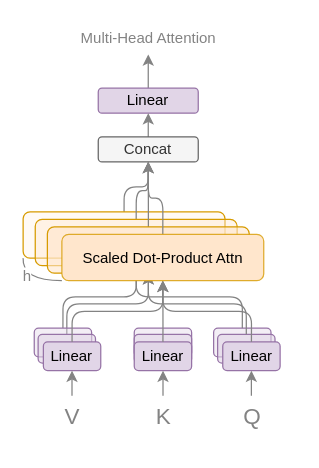
Earlier version of the draw.io diagram page "Page-2" (2 of 2) of transformer.drawio (saforem2/diagrams). Source tidied: cells renumbered, new cells numbered last; positions are measured from the earlier drawing's top-left corner, leaving out a move shared by most shapes. Both pictures are drawn from the tidied source at 125%, with x=0, y=0 at pixel (21, 21).
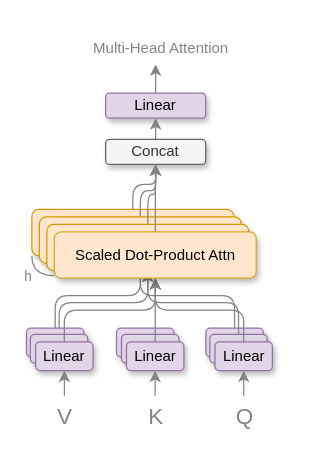
The same page after the edit.

What changed in the source:
```diff
@@
-    <mxCell id="4" value="V" style="text;html=1;align=center;verticalAlign=middle;points=[];strokeColor=none;fillColor=none;fontSize=18;fontFamily=IBM Plex Mono;fontColor=#838383;" parent="1" vertex="1">
-      <mxGeometry x="25.6" y="299" width="29" height="34" as="geometry" />
+    <mxCell id="4" value="V" style="text;html=1;align=center;verticalAlign=middle;points=[];strokeColor=none;fillColor=none;fontSize=18;fontFamily=IBM Plex Mono;fontColor=#838383;shadow=1;" parent="1" vertex="1">
+      <mxGeometry x="19.5" y="299" width="29" height="34" as="geometry" />
     </mxCell>
-    <mxCell id="5" value="K" style="text;html=1;align=center;verticalAlign=middle;points=[];strokeColor=none;fillColor=none;fontSize=18;fontFamily=IBM Plex Mono;fontColor=#838383;" parent="1" vertex="1">
-      <mxGeometry x="98.4" y="299" width="29" height="34" as="geometry" />
+    <mxCell id="5" value="K" style="text;html=1;align=center;verticalAlign=middle;points=[];strokeColor=none;fillColor=none;fontSize=18;fontFamily=IBM Plex Mono;fontColor=#838383;shadow=1;" parent="1" vertex="1">
+      <mxGeometry x="92.1" y="299" width="29" height="34" as="geometry" />
     </mxCell>
-    <mxCell id="6" value="Q" style="text;html=1;align=center;verticalAlign=middle;points=[];strokeColor=none;fillColor=none;fontSize=18;fontFamily=IBM Plex Mono;fontColor=#838383;" parent="1" vertex="1">
-      <mxGeometry x="169.1" y="299" width="29" height="34" as="geometry" />
+    <mxCell id="6" value="Q" style="text;html=1;align=center;verticalAlign=middle;points=[];strokeColor=none;fillColor=none;fontSize=18;fontFamily=IBM Plex Mono;fontColor=#838383;shadow=1;" parent="1" vertex="1">
+      <mxGeometry x="163" y="299" width="29" height="34" as="geometry" />
     </mxCell>
     <mxCell id="7" style="edgeStyle=orthogonalEdgeStyle;shape=connector;rounded=1;jettySize=auto;html=1;exitX=0.5;exitY=0;exitDx=0;exitDy=0;labelBackgroundColor=default;strokeColor=#838383;fontFamily=Helvetica;fontSize=12;fontColor=#838383;endArrow=classic;" parent="1" edge="1" source="8" target="11">
       <mxGeometry relative="1" as="geometry">
         <Array as="points">
-          <mxPoint x="66" y="6" />
-          <mxPoint x="66" y="6" />
+          <mxPoint x="75.9" y="14" />
+          <mxPoint x="75.9" y="14" />
         </Array>
       </mxGeometry>
     </mxCell>
-    <mxCell id="8" value="Linear" style="whiteSpace=wrap;html=1;rounded=1;strokeColor=#9673a6;fontFamily=IBM Plex Mono;fontSize=12;fillColor=#e1d5e7;" parent="1" vertex="1">
-      <mxGeometry x="61.1" y="53" width="80" height="20" as="geometry" />
+    <mxCell id="8" value="Linear" style="whiteSpace=wrap;html=1;rounded=1;strokeColor=#9673a6;fontFamily=IBM Plex Mono;fontSize=12;fillColor=#e1d5e7;shadow=1;" parent="1" vertex="1">
+      <mxGeometry x="67" y="57" width="80" height="20" as="geometry" />
     </mxCell>
@@
-    <mxCell id="10" value="Concat" style="whiteSpace=wrap;html=1;rounded=1;strokeColor=#666666;fontFamily=IBM Plex Mono;fontSize=12;fillColor=#f5f5f5;fontColor=#333333;" parent="1" vertex="1">
-      <mxGeometry x="61.1" y="92" width="80" height="20" as="geometry" />
+    <mxCell id="10" value="Concat" style="whiteSpace=wrap;html=1;rounded=1;strokeColor=#666666;fontFamily=IBM Plex Mono;fontSize=12;fillColor=#f5f5f5;fontColor=#333333;shadow=1;" parent="1" vertex="1">
+      <mxGeometry x="67" y="94" width="80" height="20" as="geometry" />
     </mxCell>
-    <mxCell id="11" value="Multi-Head Attention" style="text;html=1;align=center;verticalAlign=middle;points=[];strokeColor=none;fillColor=none;fontSize=12;fontFamily=IBM Plex Mono;fontColor=#838383;" parent="1" vertex="1">
-      <mxGeometry x="20.1" width="162" height="26" as="geometry" />
+    <mxCell id="11" value="Multi-Head Attention" style="text;html=1;align=center;verticalAlign=middle;points=[];strokeColor=none;fillColor=none;fontSize=12;fontFamily=IBM Plex Mono;fontColor=#838383;shadow=1;" parent="1" vertex="1">
+      <mxGeometry x="30" y="8" width="162" height="26" as="geometry" />
     </mxCell>
-    <mxCell id="12" style="group;fontSize=10;" parent="1" vertex="1">
-      <mxGeometry x="9.9" y="245" width="209.8" height="43" as="geometry" />
+    <mxCell id="12" style="group;fontSize=10;shadow=1;fillOpacity=100;" parent="1" vertex="1">
+      <mxGeometry x="3.7" y="245" width="209.8" height="43" as="geometry" />
     </mxCell>
-    <mxCell id="13" style="whiteSpace=wrap;html=1;strokeColor=#9673a6;fontFamily=IBM Plex Mono;fontSize=12;fillColor=#e1d5e7;rounded=1;fillOpacity=40;" parent="12" vertex="1">
+    <mxCell id="13" style="whiteSpace=wrap;html=1;strokeColor=#9673a6;fontFamily=IBM Plex Mono;fontSize=12;fillColor=#e1d5e7;rounded=1;fillOpacity=100;shadow=1;" parent="12" vertex="1">
       <mxGeometry width="45.9" height="23" as="geometry" />
     </mxCell>
-    <mxCell id="14" style="whiteSpace=wrap;html=1;strokeColor=#9673a6;fontFamily=IBM Plex Mono;fontSize=12;fillColor=#e1d5e7;rounded=1;fillOpacity=60;" parent="12" vertex="1">
+    <mxCell id="14" style="whiteSpace=wrap;html=1;strokeColor=#9673a6;fontFamily=IBM Plex Mono;fontSize=12;fillColor=#e1d5e7;rounded=1;fillOpacity=100;shadow=1;" parent="12" vertex="1">
       <mxGeometry x="3.1" y="5" width="45.9" height="23" as="geometry" />
     </mxCell>
-    <mxCell id="15" value="Linear" style="whiteSpace=wrap;html=1;strokeColor=#9673a6;fontFamily=IBM Plex Mono;fontSize=12;fillColor=#e1d5e7;rounded=1;" parent="12" vertex="1">
+    <mxCell id="15" value="Linear" style="whiteSpace=wrap;html=1;strokeColor=#9673a6;fontFamily=IBM Plex Mono;fontSize=12;fillColor=#e1d5e7;rounded=1;shadow=1;fillOpacity=100;" parent="12" vertex="1">
       <mxGeometry x="7.3" y="11" width="45.9" height="23" as="geometry" />
     </mxCell>
-    <mxCell id="16" style="whiteSpace=wrap;html=1;strokeColor=#9673a6;fontFamily=IBM Plex Mono;fontSize=12;fillColor=#e1d5e7;rounded=1;fillOpacity=40;" parent="12" vertex="1">
-      <mxGeometry x="80" width="45.9" height="23" as="geometry" />
+    <mxCell id="16" style="whiteSpace=wrap;html=1;strokeColor=#9673a6;fontFamily=IBM Plex Mono;fontSize=12;fillColor=#e1d5e7;rounded=1;fillOpacity=100;shadow=1;" parent="12" vertex="1">
+      <mxGeometry x="72" width="45.9" height="23" as="geometry" />
     </mxCell>
-    <mxCell id="17" style="whiteSpace=wrap;html=1;strokeColor=#9673a6;fontFamily=IBM Plex Mono;fontSize=12;fillColor=#e1d5e7;rounded=1;fillOpacity=60;" parent="12" vertex="1">
-      <mxGeometry x="80" y="5" width="45.9" height="23" as="geometry" />
+    <mxCell id="17" style="whiteSpace=wrap;html=1;strokeColor=#9673a6;fontFamily=IBM Plex Mono;fontSize=12;fillColor=#e1d5e7;rounded=1;fillOpacity=100;shadow=1;" parent="12" vertex="1">
+      <mxGeometry x="76" y="5" width="45.9" height="23" as="geometry" />
     </mxCell>
-    <mxCell id="18" value="Linear" style="whiteSpace=wrap;html=1;strokeColor=#9673a6;fontFamily=IBM Plex Mono;fontSize=12;fillColor=#e1d5e7;rounded=1;" parent="12" vertex="1">
+    <mxCell id="18" value="Linear" style="whiteSpace=wrap;html=1;strokeColor=#9673a6;fontFamily=IBM Plex Mono;fontSize=12;fillColor=#e1d5e7;rounded=1;shadow=1;fillOpacity=100;" parent="12" vertex="1">
       <mxGeometry x="80" y="11" width="45.9" height="23" as="geometry" />
     </mxCell>
-    <mxCell id="19" style="whiteSpace=wrap;html=1;strokeColor=#9673a6;fontFamily=IBM Plex Mono;fontSize=12;fillColor=#e1d5e7;rounded=1;fillOpacity=40;" parent="12" vertex="1">
+    <mxCell id="19" style="whiteSpace=wrap;html=1;strokeColor=#9673a6;fontFamily=IBM Plex Mono;fontSize=12;fillColor=#e1d5e7;rounded=1;fillOpacity=100;shadow=1;" parent="12" vertex="1">
       <mxGeometry x="143.5" width="45.9" height="23" as="geometry" />
     </mxCell>
-    <mxCell id="20" style="whiteSpace=wrap;html=1;strokeColor=#9673a6;fontFamily=IBM Plex Mono;fontSize=12;fillColor=#e1d5e7;rounded=1;fillOpacity=60;" parent="12" vertex="1">
+    <mxCell id="20" style="whiteSpace=wrap;html=1;strokeColor=#9673a6;fontFamily=IBM Plex Mono;fontSize=12;fillColor=#e1d5e7;rounded=1;fillOpacity=100;shadow=1;" parent="12" vertex="1">
       <mxGeometry x="146.7" y="5" width="45.9" height="23" as="geometry" />
     </mxCell>
-    <mxCell id="21" value="Linear" style="whiteSpace=wrap;html=1;strokeColor=#9673a6;fontFamily=IBM Plex Mono;fontSize=12;fillColor=#e1d5e7;rounded=1;" parent="12" vertex="1">
+    <mxCell id="21" value="Linear" style="whiteSpace=wrap;html=1;strokeColor=#9673a6;fontFamily=IBM Plex Mono;fontSize=12;fillColor=#e1d5e7;rounded=1;shadow=1;fillOpacity=100;" parent="12" vertex="1">
       <mxGeometry x="150.8" y="11" width="45.9" height="23" as="geometry" />
     </mxCell>
@@
-    <mxCell id="23" style="edgeStyle=orthogonalEdgeStyle;shape=connector;rounded=1;jettySize=auto;html=1;labelBackgroundColor=default;strokeColor=#838383;fontFamily=IBM Plex Mono;fontSize=12;fontColor=default;endArrow=classic;" parent="12" edge="1" source="5" target="18">
-      <mxGeometry relative="1" as="geometry" />
-    </mxCell>
@@
-    <mxCell id="31" style="whiteSpace=wrap;html=1;strokeColor=#d79b00;fontFamily=IBM Plex Mono;fontSize=12;fillColor=#ffe6cc;rounded=1;fillOpacity=20;" parent="1" vertex="1">
-      <mxGeometry x="1" y="152" width="161.5" height="37" as="geometry" />
+    <mxCell id="31" style="whiteSpace=wrap;html=1;strokeColor=#d79b00;fontFamily=IBM Plex Mono;fontSize=12;fillColor=#ffe6cc;rounded=1;fillOpacity=100;shadow=1;" parent="1" vertex="1">
+      <mxGeometry x="8" y="150" width="161.5" height="37" as="geometry" />
     </mxCell>
@@
-    <mxCell id="33" style="whiteSpace=wrap;html=1;strokeColor=#d79b00;fontFamily=IBM Plex Mono;fontSize=12;fillColor=#ffe6cc;rounded=1;fillOpacity=40;" parent="1" vertex="1">
-      <mxGeometry x="10.7" y="158" width="161.5" height="37" as="geometry" />
+    <mxCell id="33" style="whiteSpace=wrap;html=1;strokeColor=#d79b00;fontFamily=IBM Plex Mono;fontSize=12;fillColor=#ffe6cc;rounded=1;fillOpacity=100;shadow=1;" parent="1" vertex="1">
+      <mxGeometry x="14" y="156" width="161.5" height="37" as="geometry" />
     </mxCell>
@@
-    <mxCell id="35" style="whiteSpace=wrap;html=1;strokeColor=#d79b00;fontFamily=IBM Plex Mono;fontSize=12;fillColor=#ffe6cc;rounded=1;fillOpacity=60;strokeOpacity=100;" parent="1" vertex="1">
-      <mxGeometry x="20.4" y="164" width="161.5" height="37" as="geometry" />
+    <mxCell id="35" style="whiteSpace=wrap;html=1;strokeColor=#d79b00;fontFamily=IBM Plex Mono;fontSize=12;fillColor=#ffe6cc;rounded=1;fillOpacity=100;strokeOpacity=100;shadow=1;" parent="1" vertex="1">
+      <mxGeometry x="20" y="162" width="161.5" height="37" as="geometry" />
     </mxCell>
     <mxCell id="36" style="edgeStyle=orthogonalEdgeStyle;shape=connector;rounded=1;orthogonalLoop=1;jettySize=auto;html=1;exitDx=0;exitDy=0;labelBackgroundColor=default;strokeColor=#838383;fontFamily=Helvetica;fontSize=12;fontColor=#838383;endArrow=classic;" parent="1" edge="1">
       <mxGeometry relative="1" as="geometry">
-        <mxPoint x="94" y="118" as="sourcePoint" />
-        <mxPoint x="94" y="118" as="targetPoint" />
+        <mxPoint x="86.9" y="119" as="sourcePoint" />
+        <mxPoint x="86.9" y="119" as="targetPoint" />
       </mxGeometry>
     </mxCell>
-    <mxCell id="37" value="h" style="edgeStyle=orthogonalEdgeStyle;shape=connector;jettySize=auto;html=1;exitX=0;exitY=1;exitDx=0;exitDy=0;entryX=0;entryY=1;entryDx=0;entryDy=0;labelBackgroundColor=default;strokeColor=#838383;fontFamily=IBM Plex Mono;fontSize=12;fontColor=#838383;endArrow=none;endFill=0;fillColor=#ffe6cc;curved=1;" parent="1" edge="1" source="39" target="31">
-      <mxGeometry x="0.1" y="-3" relative="1" as="geometry">
+    <mxCell id="37" value="&lt;font style=&quot;font-size: 11px;&quot;&gt;h&lt;/font&gt;" style="edgeStyle=orthogonalEdgeStyle;shape=connector;jettySize=auto;html=1;entryX=0;entryY=1;entryDx=0;entryDy=0;labelBackgroundColor=default;strokeColor=#838383;fontFamily=IBM Plex Mono;fontSize=12;fontColor=#838383;endArrow=none;endFill=0;fillColor=#ffe6cc;curved=1;align=center;" parent="1" edge="1" target="31">
+      <mxGeometry x="0.06" y="3" relative="1" as="geometry">
+        <mxPoint x="26" y="203" as="sourcePoint" />
         <Array as="points">
-          <mxPoint y="207" />
-          <mxPoint y="189" />
+          <mxPoint x="8" y="203" />
         </Array>
+        <mxPoint y="1" as="offset" />
       </mxGeometry>
     </mxCell>
@@
-    <mxCell id="39" value="Scaled Dot-Product Attn" style="whiteSpace=wrap;html=1;strokeColor=#d79b00;fontFamily=IBM Plex Mono;fontSize=12;fillColor=#ffe6cc;rounded=1;strokeOpacity=80;" parent="1" vertex="1">
-      <mxGeometry x="32" y="170" width="161.5" height="37" as="geometry" />
+    <mxCell id="39" value="Scaled Dot-Product Attn" style="whiteSpace=wrap;html=1;strokeColor=#d79b00;fontFamily=IBM Plex Mono;fontSize=12;fillColor=#ffe6cc;rounded=1;strokeOpacity=80;shadow=1;" parent="1" vertex="1">
+      <mxGeometry x="26" y="168" width="161.5" height="37" as="geometry" />
     </mxCell>
+    <mxCell id="23" style="edgeStyle=orthogonalEdgeStyle;shape=connector;rounded=1;jettySize=auto;html=1;labelBackgroundColor=default;strokeColor=#838383;fontFamily=IBM Plex Mono;fontSize=12;fontColor=default;endArrow=classic;entryX=0.5;entryY=1;entryDx=0;entryDy=0;" parent="1" edge="1" source="5" target="18">
+      <mxGeometry relative="1" as="geometry" />
+    </mxCell>
```
